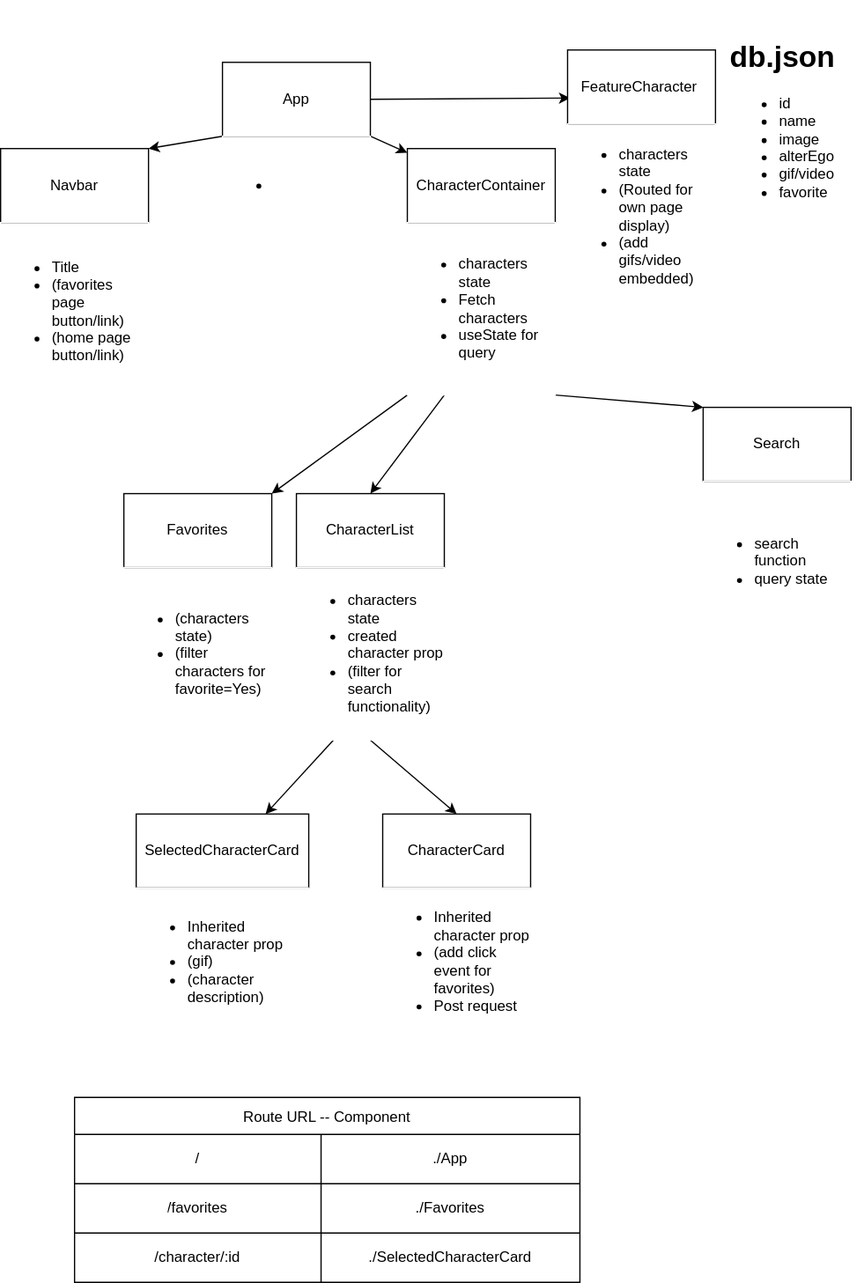
Earlier version of the draw.io export src/flowchart.drawio.svg (M4near/phase-2-project). Source tidied: cells renumbered, new cells last; positions are measured from the earlier drawing's top-left corner, leaving out a move shared by most shapes.
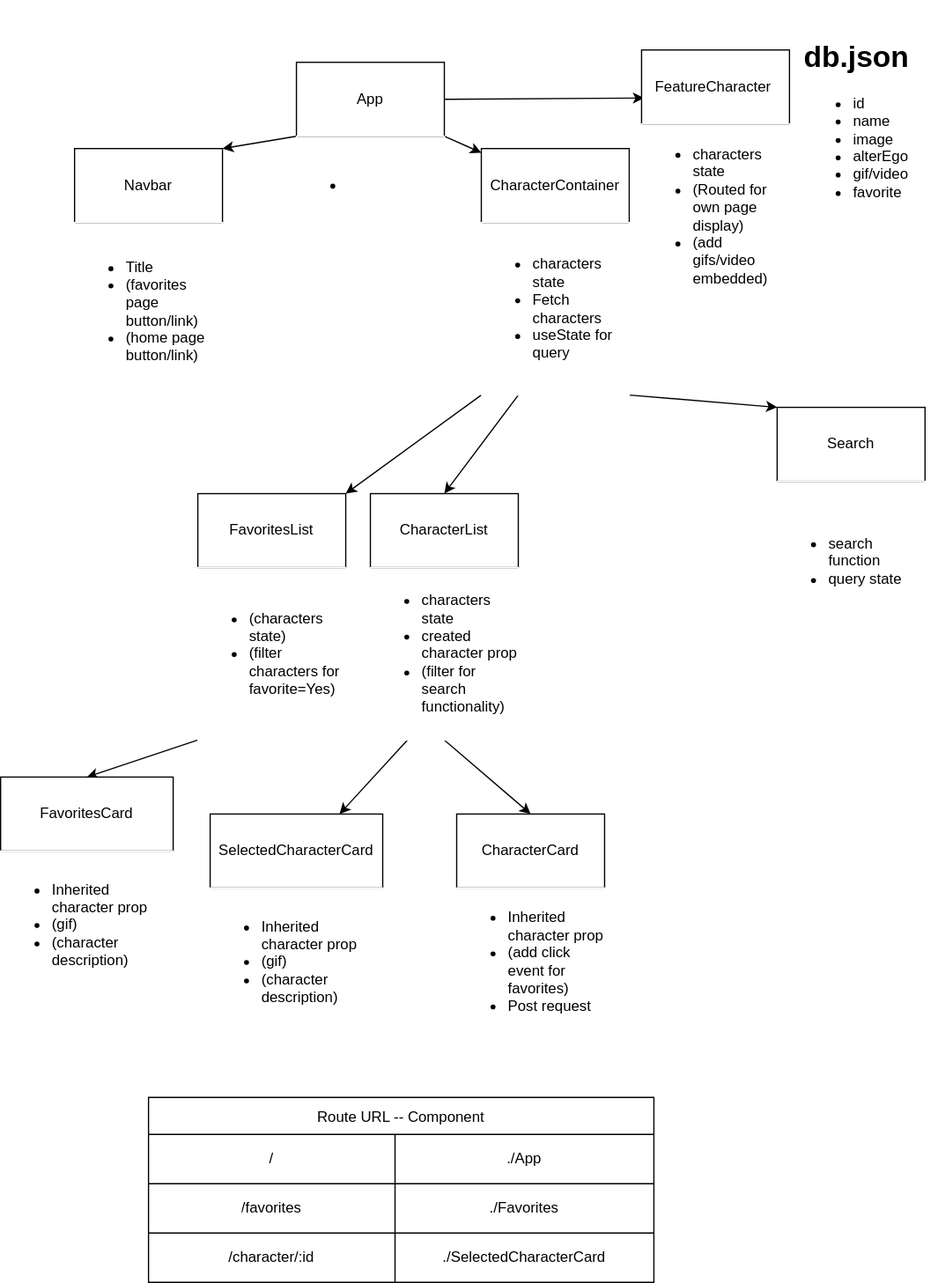
Above is the later version.

Commit message:
Created new components and worked on favorites functionality

Change to the diagram source:
```diff
@@ -65,9 +65,12 @@
     <mxCell id="22" value="&lt;h1&gt;db.json&lt;/h1&gt;&lt;ul&gt;&lt;li&gt;id&lt;/li&gt;&lt;li&gt;name&lt;/li&gt;&lt;li&gt;image&lt;/li&gt;&lt;li&gt;alterEgo&lt;/li&gt;&lt;li&gt;gif/video&lt;/li&gt;&lt;li&gt;favorite&lt;/li&gt;&lt;/ul&gt;" style="text;strokeColor=#FFFFFF;fillColor=none;html=1;whiteSpace=wrap;verticalAlign=middle;overflow=hidden;shadow=0;" parent="1" vertex="1">
       <mxGeometry x="590" width="110" height="190" as="geometry" />
     </mxCell>
-    <mxCell id="23" value="Favorites" style="rounded=0;whiteSpace=wrap;html=1;" parent="1" vertex="1">
+    <mxCell id="23" value="FavoritesList" style="rounded=0;whiteSpace=wrap;html=1;" parent="1" vertex="1">
       <mxGeometry x="100" y="400" width="120" height="60" as="geometry" />
     </mxCell>
+    <mxCell id="39" style="edgeStyle=none;html=1;exitX=0;exitY=1;exitDx=0;exitDy=0;entryX=0.5;entryY=0;entryDx=0;entryDy=0;" parent="1" edge="1" source="24" target="40">
+      <mxGeometry relative="1" as="geometry" />
+    </mxCell>
     <mxCell id="24" value="&lt;ul&gt;&lt;li&gt;(characters state)&lt;/li&gt;&lt;li&gt;(filter characters for favorite=Yes)&lt;/li&gt;&lt;/ul&gt;" style="text;strokeColor=#FFFFFF;fillColor=none;html=1;whiteSpace=wrap;verticalAlign=middle;overflow=hidden;shadow=0;" parent="1" vertex="1">
       <mxGeometry x="100" y="460" width="120" height="140" as="geometry" />
     </mxCell>
@@ -113,5 +116,11 @@
     <mxCell id="38" value="&lt;ul&gt;&lt;li&gt;Inherited character prop&lt;/li&gt;&lt;li&gt;(gif)&lt;/li&gt;&lt;li&gt;(character description)&lt;/li&gt;&lt;/ul&gt;" style="text;strokeColor=#FFFFFF;fillColor=none;html=1;whiteSpace=wrap;verticalAlign=middle;overflow=hidden;shadow=0;" parent="1" vertex="1">
       <mxGeometry x="110" y="720" width="140" height="120" as="geometry" />
     </mxCell>
+    <mxCell id="40" value="FavoritesCard" style="rounded=0;whiteSpace=wrap;html=1;" parent="1" vertex="1">
+      <mxGeometry x="-60" y="630" width="140" height="60" as="geometry" />
+    </mxCell>
+    <mxCell id="41" value="&lt;ul&gt;&lt;li&gt;Inherited character prop&lt;/li&gt;&lt;li&gt;(gif)&lt;/li&gt;&lt;li&gt;(character description)&lt;/li&gt;&lt;/ul&gt;" style="text;strokeColor=#FFFFFF;fillColor=none;html=1;whiteSpace=wrap;verticalAlign=middle;overflow=hidden;shadow=0;" parent="1" vertex="1">
+      <mxGeometry x="-60" y="690" width="140" height="120" as="geometry" />
+    </mxCell>
   </root>
 </mxGraphModel>
```
